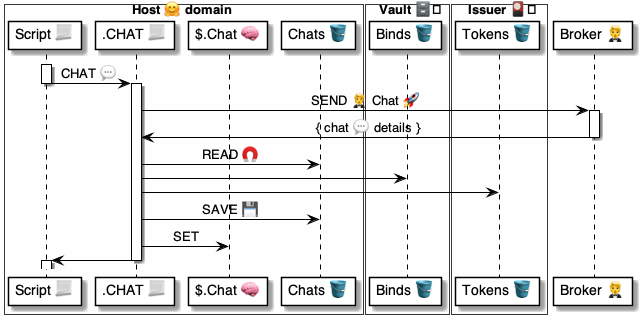
Earlier version of the PlantUML export 4 ⚙️ Solution/41 🎭 Domain Roles/Hosts 🤗/🤗⌘ Host cmds/CHAT 💬/💬 CHAT ⚙️ uml.png (pollyweb-org/pollyweb-docs). Its source is kept beside it as 4 ⚙️ Solution/41 🎭 Domain Roles/Hosts 🤗/🤗⌘ Host cmds/CHAT 💬/💬 CHAT ⚙️ uml.puml. The source it was exported from:
```plantuml
@startuml CHAT

box Host 🤗 domain #FFFFFA
    participant "Script 📃" as script
    participant ".CHAT 📃" as engine
    participant "$.Chat 🧠" as holder
    participant "Chats 🪣" as table
end box
box Vault 🗄️ #FFFFFA
    participant "Binds 🪣" as binds
end box
box Issuer 🎴️ #FFFFFA
    participant "Tokens 🪣" as tokens
end box
participant  "Broker 🤵" as broker


activate script
    script -> engine: CHAT 💬
deactivate script

activate engine
    engine -> broker: SEND 🤵 Chat 🚀

    activate broker
        broker -> engine: { chat 💬 details }
    deactivate broker

    engine -> table: READ 🧲
    engine -> binds:
    engine -> tokens:
    engine -> table: SAVE 💾
    engine -> holder: SET
    engine -> script:
deactivate engine

activate script
deactivate script

@enduml
```
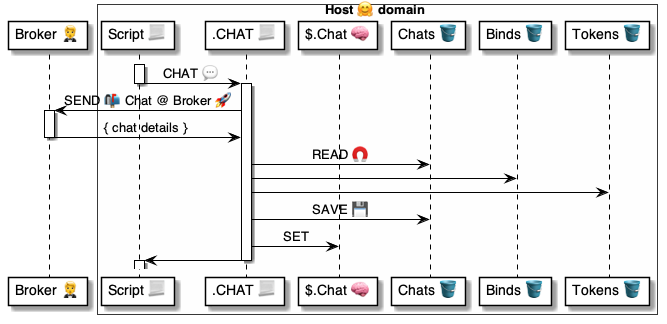
Later version of the same file.

Change to the diagram source:
```diff
@@ -1,18 +1,15 @@
 @startuml CHAT
 
+participant  "Broker 🤵" as broker
 box Host 🤗 domain #FFFFFA
     participant "Script 📃" as script
     participant ".CHAT 📃" as engine
     participant "$.Chat 🧠" as holder
     participant "Chats 🪣" as table
-end box
-box Vault 🗄️ #FFFFFA
     participant "Binds 🪣" as binds
-end box
-box Issuer 🎴️ #FFFFFA
     participant "Tokens 🪣" as tokens
 end box
-participant  "Broker 🤵" as broker
+
 
 
 activate script
@@ -20,10 +17,10 @@
 deactivate script
 
 activate engine
-    engine -> broker: SEND 🤵 Chat 🚀
+    engine -> broker: SEND 📬 Chat @ Broker 🚀
 
     activate broker
-        broker -> engine: { chat 💬 details }
+        broker -> engine: { chat details }
     deactivate broker
 
     engine -> table: READ 🧲
```
